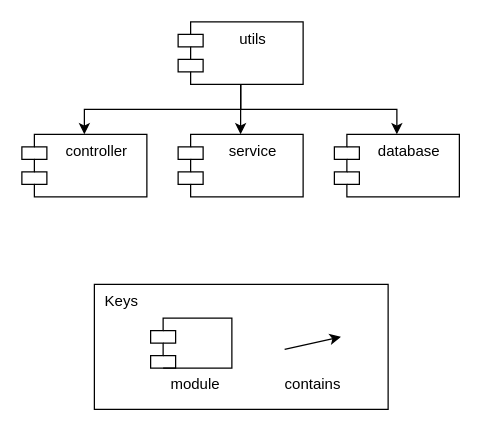
phyloviz/phyloDB keeps this draw.io diagram as wiki/draw.io/phylodb/decomposition-utils.drawio. Above is the earlier version. Source tidied: cells renumbered, new cells numbered last; positions are measured from the earlier drawing's top-left corner, leaving out a move shared by most shapes. Both pictures are drawn from the tidied source at 125%, with x=0, y=0 at pixel (21, 21).
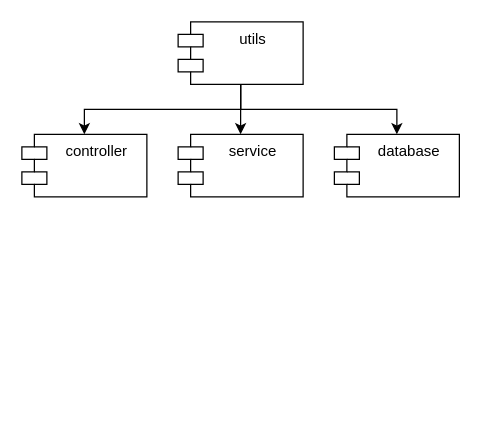
The same page after the edit.

Change to the diagram source:
```diff
@@
 <mxGraphModel>
   <root>
     <mxCell id="0" />
     <mxCell id="1" parent="0" />
     <mxCell id="2" value="service" style="shape=module;align=left;spacingLeft=20;align=center;verticalAlign=top;" parent="1" vertex="1">
       <mxGeometry x="125" y="90" width="100" height="50" as="geometry" />
     </mxCell>
     <mxCell id="3" value="database" style="shape=module;align=left;spacingLeft=20;align=center;verticalAlign=top;" parent="1" vertex="1">
       <mxGeometry x="250" y="90" width="100" height="50" as="geometry" />
     </mxCell>
     <mxCell id="4" value="controller" style="shape=module;align=left;spacingLeft=20;align=center;verticalAlign=top;" parent="1" vertex="1">
       <mxGeometry y="90" width="100" height="50" as="geometry" />
     </mxCell>
     <mxCell id="5" style="edgeStyle=orthogonalEdgeStyle;rounded=0;jettySize=auto;html=1;exitX=0.5;exitY=1;exitDx=0;exitDy=0;entryX=0.5;entryY=0;entryDx=0;entryDy=0;" parent="1" edge="1" source="8" target="2">
       <mxGeometry relative="1" as="geometry" />
     </mxCell>
     <mxCell id="6" style="edgeStyle=orthogonalEdgeStyle;rounded=0;jettySize=auto;html=1;exitX=0.5;exitY=1;exitDx=0;exitDy=0;entryX=0.5;entryY=0;entryDx=0;entryDy=0;" parent="1" edge="1" source="8" target="4">
       <mxGeometry relative="1" as="geometry" />
     </mxCell>
     <mxCell id="7" style="edgeStyle=orthogonalEdgeStyle;rounded=0;jettySize=auto;html=1;exitX=0.5;exitY=1;exitDx=0;exitDy=0;entryX=0.5;entryY=0;entryDx=0;entryDy=0;" parent="1" edge="1" source="8" target="3">
       <mxGeometry relative="1" as="geometry" />
     </mxCell>
     <mxCell id="8" value="utils" style="shape=module;align=left;spacingLeft=20;align=center;verticalAlign=top;" parent="1" vertex="1">
       <mxGeometry x="125" width="100" height="50" as="geometry" />
     </mxCell>
-    <mxCell id="9" style="group;" parent="1" vertex="1">
-      <mxGeometry x="58" y="210" width="235" height="100" as="geometry" />
-    </mxCell>
-    <mxCell id="10" value="&amp;nbsp; Keys" style="rounded=0;whiteSpace=wrap;html=1;align=left;verticalAlign=top;" parent="9" vertex="1">
-      <mxGeometry width="235" height="100" as="geometry" />
-    </mxCell>
-    <mxCell id="11" style="endArrow=classic;html=1;exitX=1;exitY=0.5;exitDx=0;exitDy=0;startArrow=none;startFill=0;endFill=1;" parent="9" edge="1">
-      <mxGeometry relative="1" as="geometry">
-        <mxPoint x="152.2" y="52" as="sourcePoint" />
-        <mxPoint x="197.2" y="42" as="targetPoint" />
-      </mxGeometry>
-    </mxCell>
-    <mxCell id="12" value="contains" style="text;html=1;strokeColor=none;fillColor=none;align=center;verticalAlign=middle;whiteSpace=wrap;rounded=0;" parent="9" vertex="1">
-      <mxGeometry x="145" y="70" width="59.5" height="20" as="geometry" />
-    </mxCell>
-    <mxCell id="13" style="shape=module;align=left;spacingLeft=20;align=center;verticalAlign=top;" parent="9" vertex="1">
-      <mxGeometry x="45" y="27" width="65" height="40" as="geometry" />
-    </mxCell>
-    <mxCell id="14" value="module" style="text;html=1;strokeColor=none;fillColor=none;align=center;verticalAlign=middle;whiteSpace=wrap;rounded=0;" parent="9" vertex="1">
-      <mxGeometry x="50.5" y="70" width="59.5" height="20" as="geometry" />
-    </mxCell>
   </root>
 </mxGraphModel>
```
